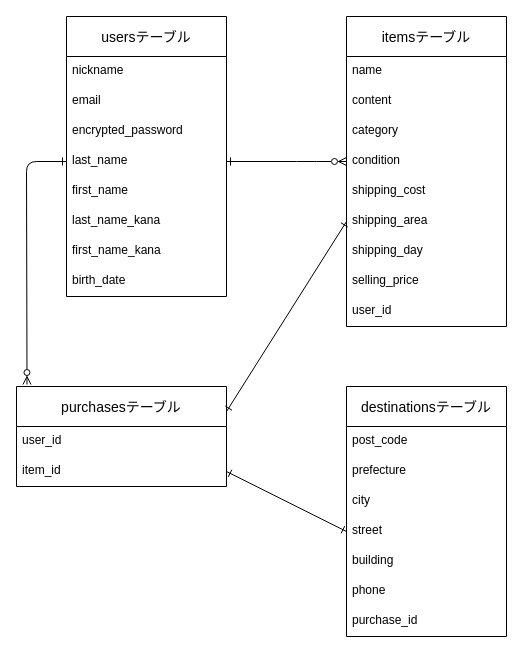
This is furima.dio from rilleague/furima-38048, a draw.io file, before an edit. Source tidied: cells renumbered, new cells numbered last; positions are measured from the earlier drawing's top-left corner, leaving out a move shared by most shapes. Both pictures are drawn from the tidied source at 100%, with x=0, y=0 at pixel (16, 16).
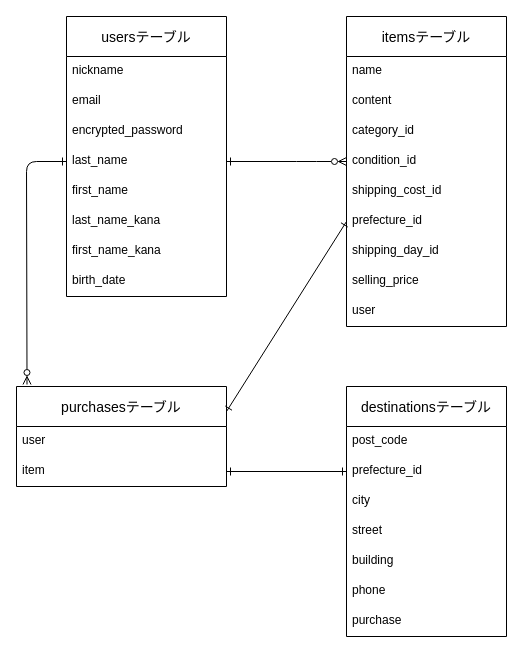
Above is the later version.

Commit message (it also covers changes not shown here):
【タスク２/データベース設計 ※修正版】ER図の作成及びREADMEに記述

The change refers to these unchanged cells:
```xml
<mxCell id="11" value="itemsテーブル" style="swimlane;fontStyle=0;horizontal=1;startSize=40;align=center;fontSize=14;" parent="1" vertex="1">
  <mxGeometry x="330" width="160" height="310" as="geometry" />
</mxCell>
<mxCell id="21" value="purchasesテーブル" style="swimlane;fontStyle=0;horizontal=1;startSize=40;align=center;fontSize=14;" parent="1" vertex="1">
  <mxGeometry y="370" width="210" height="100" as="geometry" />
</mxCell>
<mxCell id="24" value="destinationsテーブル" style="swimlane;fontStyle=0;horizontal=1;startSize=40;align=center;fontSize=14;" parent="1" vertex="1">
  <mxGeometry x="330" y="370" width="160" height="250" as="geometry" />
</mxCell>
<mxCell id="28" value="street" style="text;strokeColor=none;fillColor=none;spacingLeft=4;spacingRight=4;overflow=hidden;points=[[0,0.5],[1,0.5]];portConstraint=eastwest;fontSize=12;" parent="24" vertex="1">
  <mxGeometry y="130" width="160" height="30" as="geometry" />
</mxCell>
```

What changed in the source:
```diff
@@
-    <mxCell id="14" value="category" style="text;strokeColor=none;fillColor=none;spacingLeft=4;spacingRight=4;overflow=hidden;fontSize=12;" parent="11" vertex="1">
+    <mxCell id="14" value="category_id" style="text;strokeColor=none;fillColor=none;spacingLeft=4;spacingRight=4;overflow=hidden;fontSize=12;" parent="11" vertex="1">
       <mxGeometry y="100" width="160" height="30" as="geometry" />
     </mxCell>
-    <mxCell id="15" value="condition" style="text;strokeColor=none;fillColor=none;spacingLeft=4;spacingRight=4;overflow=hidden;points=[[0,0.5],[1,0.5]];portConstraint=eastwest;fontSize=12;" parent="11" vertex="1">
+    <mxCell id="15" value="condition_id" style="text;strokeColor=none;fillColor=none;spacingLeft=4;spacingRight=4;overflow=hidden;points=[[0,0.5],[1,0.5]];portConstraint=eastwest;fontSize=12;" parent="11" vertex="1">
       <mxGeometry y="130" width="160" height="30" as="geometry" />
     </mxCell>
-    <mxCell id="16" value="shipping_cost" style="text;strokeColor=none;fillColor=none;spacingLeft=4;spacingRight=4;overflow=hidden;fontSize=12;" parent="11" vertex="1">
+    <mxCell id="16" value="shipping_cost_id" style="text;strokeColor=none;fillColor=none;spacingLeft=4;spacingRight=4;overflow=hidden;fontSize=12;" parent="11" vertex="1">
       <mxGeometry y="160" width="160" height="30" as="geometry" />
     </mxCell>
-    <mxCell id="17" value="shipping_area" style="text;strokeColor=none;fillColor=none;spacingLeft=4;spacingRight=4;overflow=hidden;points=[[0,0.5],[1,0.5]];portConstraint=eastwest;fontSize=12;" parent="11" vertex="1">
+    <mxCell id="17" value="prefecture_id" style="text;strokeColor=none;fillColor=none;spacingLeft=4;spacingRight=4;overflow=hidden;points=[[0,0.5],[1,0.5]];portConstraint=eastwest;fontSize=12;" parent="11" vertex="1">
       <mxGeometry y="190" width="160" height="30" as="geometry" />
     </mxCell>
-    <mxCell id="18" value="shipping_day" style="text;strokeColor=none;fillColor=none;spacingLeft=4;spacingRight=4;overflow=hidden;fontSize=12;" parent="11" vertex="1">
+    <mxCell id="18" value="shipping_day_id" style="text;strokeColor=none;fillColor=none;spacingLeft=4;spacingRight=4;overflow=hidden;fontSize=12;" parent="11" vertex="1">
       <mxGeometry y="220" width="160" height="30" as="geometry" />
     </mxCell>
@@
-    <mxCell id="20" value="user_id" style="text;strokeColor=none;fillColor=none;spacingLeft=4;spacingRight=4;overflow=hidden;fontSize=12;" parent="11" vertex="1">
+    <mxCell id="20" value="user" style="text;strokeColor=none;fillColor=none;spacingLeft=4;spacingRight=4;overflow=hidden;fontSize=12;" parent="11" vertex="1">
       <mxGeometry y="280" width="160" height="30" as="geometry" />
     </mxCell>
@@
-    <mxCell id="22" value="user_id" style="text;strokeColor=none;fillColor=none;spacingLeft=4;spacingRight=4;overflow=hidden;fontSize=12;" parent="21" vertex="1">
+    <mxCell id="22" value="user" style="text;strokeColor=none;fillColor=none;spacingLeft=4;spacingRight=4;overflow=hidden;fontSize=12;" parent="21" vertex="1">
       <mxGeometry y="40" width="210" height="30" as="geometry" />
     </mxCell>
-    <mxCell id="23" value="item_id" style="text;strokeColor=none;fillColor=none;spacingLeft=4;spacingRight=4;overflow=hidden;points=[[0,0.5],[1,0.5]];portConstraint=eastwest;fontSize=12;" parent="21" vertex="1">
+    <mxCell id="23" value="item" style="text;strokeColor=none;fillColor=none;spacingLeft=4;spacingRight=4;overflow=hidden;points=[[0,0.5],[1,0.5]];portConstraint=eastwest;fontSize=12;" parent="21" vertex="1">
       <mxGeometry y="70" width="210" height="30" as="geometry" />
     </mxCell>
@@
-    <mxCell id="26" value="prefecture" style="text;strokeColor=none;fillColor=none;spacingLeft=4;spacingRight=4;overflow=hidden;points=[[0,0.5],[1,0.5]];portConstraint=eastwest;fontSize=12;" parent="24" vertex="1">
+    <mxCell id="26" value="prefecture_id" style="text;strokeColor=none;fillColor=none;spacingLeft=4;spacingRight=4;overflow=hidden;points=[[0,0.5],[1,0.5]];portConstraint=eastwest;fontSize=12;" parent="24" vertex="1">
       <mxGeometry y="70" width="160" height="30" as="geometry" />
     </mxCell>
@@
-    <mxCell id="31" value="purchase_id" style="text;strokeColor=none;fillColor=none;spacingLeft=4;spacingRight=4;overflow=hidden;fontSize=12;" parent="24" vertex="1">
+    <mxCell id="31" value="purchase" style="text;strokeColor=none;fillColor=none;spacingLeft=4;spacingRight=4;overflow=hidden;fontSize=12;" parent="24" vertex="1">
       <mxGeometry y="220" width="160" height="30" as="geometry" />
     </mxCell>
@@
-    <mxCell id="35" style="edgeStyle=none;html=1;exitX=0;exitY=0.5;exitDx=0;exitDy=0;entryX=1;entryY=0.5;entryDx=0;entryDy=0;startArrow=ERone;startFill=0;endArrow=ERone;endFill=0;" parent="1" edge="1" source="28" target="23">
+    <mxCell id="35" style="edgeStyle=none;html=1;exitX=0;exitY=0.5;exitDx=0;exitDy=0;entryX=1;entryY=0.5;entryDx=0;entryDy=0;startArrow=ERone;startFill=0;endArrow=ERone;endFill=0;" parent="1" edge="1" source="26" target="23">
       <mxGeometry relative="1" as="geometry" />
     </mxCell>
```
